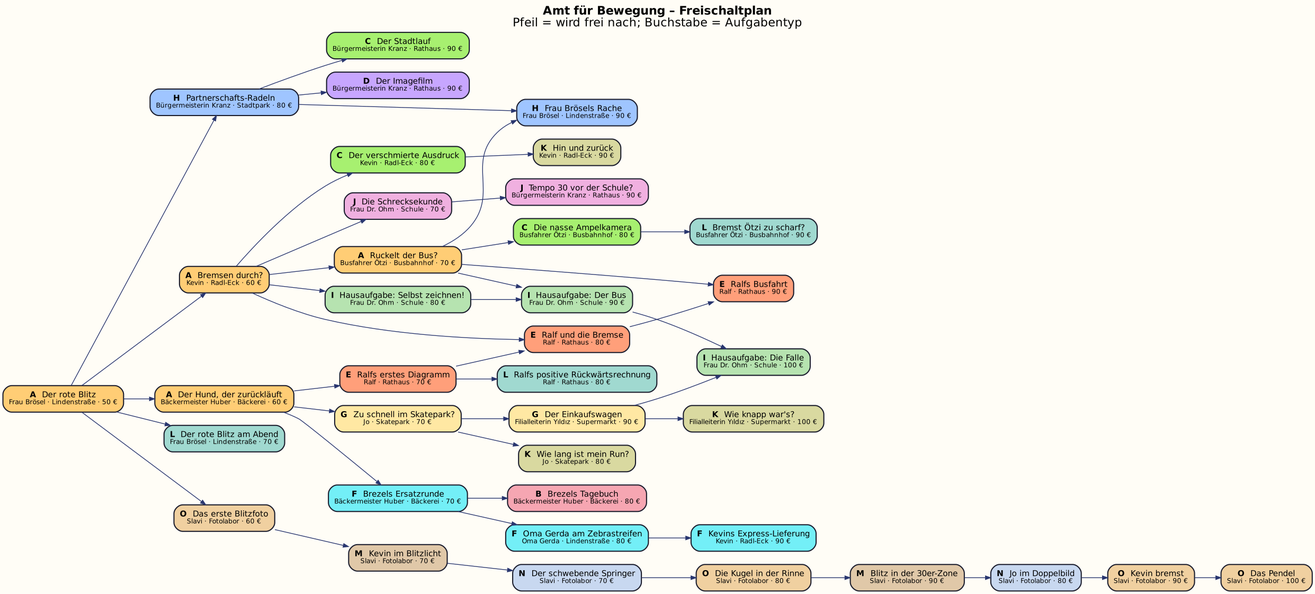
Before: docs/questplan.png, a diagram exported from Graphviz (MJMssnr/amt-fuer-bewegung). Its source is kept beside it as docs/questplan.dot.
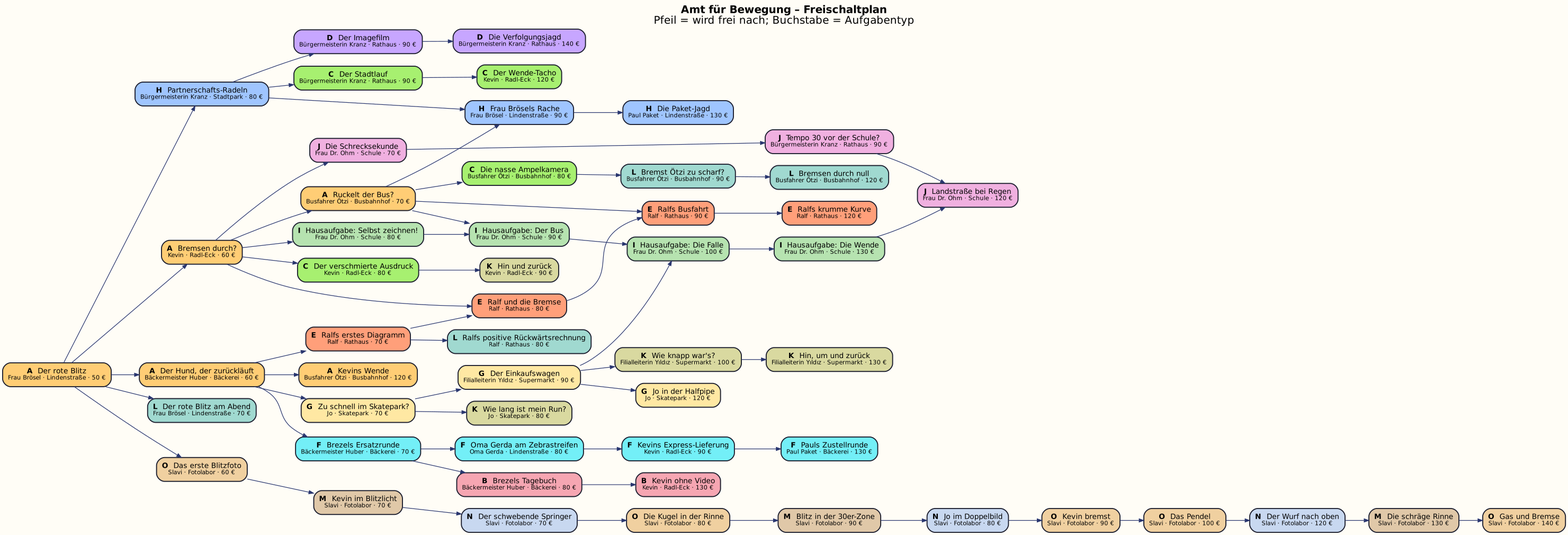
The same diagram one commit later.

Change to the diagram source:
```diff
@@ -41,6 +41,21 @@
   t36_strobo_jo [fillcolor="#c8d8f0" label=<<b>N</b>  Jo im Doppelbild<br/><font point-size="9">Slavi · Fotolabor · 80 €</font>>];
   t37_strobo_bremsen [fillcolor="#f0d0a0" label=<<b>O</b>  Kevin bremst<br/><font point-size="9">Slavi · Fotolabor · 90 €</font>>];
   t38_strobo_pendel [fillcolor="#f0d0a0" label=<<b>O</b>  Das Pendel<br/><font point-size="9">Slavi · Fotolabor · 100 €</font>>];
+  t39_schwer_zuordnen [fillcolor="#ffcd75" label=<<b>A</b>  Kevins Wende<br/><font point-size="9">Busfahrer Ötzi · Busbahnhof · 120 €</font>>];
+  t40_schwer_rechnen [fillcolor="#9fc5ff" label=<<b>H</b>  Die Paket-Jagd<br/><font point-size="9">Paul Paket · Lindenstraße · 130 €</font>>];
+  t41_schwer_beschreiben [fillcolor="#ffe8a3" label=<<b>G</b>  Jo in der Halfpipe<br/><font point-size="9">Jo · Skatepark · 120 €</font>>];
+  t42_schwer_achsen [fillcolor="#a7f070" label=<<b>C</b>  Der Wende-Tacho<br/><font point-size="9">Kevin · Radl-Eck · 120 €</font>>];
+  t43_schwer_fehlerjagd [fillcolor="#ff9f7a" label=<<b>E</b>  Ralfs krumme Kurve<br/><font point-size="9">Ralf · Rathaus · 120 €</font>>];
+  t44_schwer_live [fillcolor="#73eff7" label=<<b>F</b>  Pauls Zustellrunde<br/><font point-size="9">Paul Paket · Bäckerei · 130 €</font>>];
+  t45_schwer_konstrukteur [fillcolor="#b6e3b0" label=<<b>I</b>  Hausaufgabe: Die Wende<br/><font point-size="9">Frau Dr. Ohm · Schule · 130 €</font>>];
+  t46_schwer_reaktion [fillcolor="#f0b0e0" label=<<b>J</b>  Landstraße bei Regen<br/><font point-size="9">Frau Dr. Ohm · Schule · 120 €</font>>];
+  t47_schwer_freihand [fillcolor="#f6a6b2" label=<<b>B</b>  Kevin ohne Video<br/><font point-size="9">Kevin · Radl-Eck · 130 €</font>>];
+  t48_schwer_flaeche [fillcolor="#d9d9a0" label=<<b>K</b>  Hin, um und zurück<br/><font point-size="9">Filialleiterin Yıldız · Supermarkt · 130 €</font>>];
+  t49_schwer_steigung [fillcolor="#a0d9d0" label=<<b>L</b>  Bremsen durch null<br/><font point-size="9">Busfahrer Ötzi · Busbahnhof · 120 €</font>>];
+  t50_schwer_regie [fillcolor="#c7a6ff" label=<<b>D</b>  Die Verfolgungsjagd<br/><font point-size="9">Bürgermeisterin Kranz · Rathaus · 140 €</font>>];
+  t51_schwer_strobo_beschreiben [fillcolor="#c8d8f0" label=<<b>N</b>  Der Wurf nach oben<br/><font point-size="9">Slavi · Fotolabor · 120 €</font>>];
+  t52_schwer_strobo_rechnen [fillcolor="#e0c8a8" label=<<b>M</b>  Die schräge Rinne<br/><font point-size="9">Slavi · Fotolabor · 130 €</font>>];
+  t53_schwer_strobo_bauen [fillcolor="#f0d0a0" label=<<b>O</b>  Gas und Bremse<br/><font point-size="9">Slavi · Fotolabor · 140 €</font>>];
   t01_sportwagen -> t02_kevin;
   t02_kevin -> t03_bus;
   t01_sportwagen -> t04_brezel;
@@ -83,4 +98,20 @@
   t35_strobo_auto -> t36_strobo_jo;
   t36_strobo_jo -> t37_strobo_bremsen;
   t37_strobo_bremsen -> t38_strobo_pendel;
+  t04_brezel -> t39_schwer_zuordnen;
+  t06_broesel_ampel -> t40_schwer_rechnen;
+  t08_einkaufswagen -> t41_schwer_beschreiben;
+  t11_stadtlauf -> t42_schwer_achsen;
+  t14_ralf_bus -> t43_schwer_fehlerjagd;
+  t17_live_kevin -> t44_schwer_live;
+  t20_konstrukt_wagen -> t45_schwer_konstrukteur;
+  t22_reaktion_auto -> t46_schwer_reaktion;
+  t45_schwer_konstrukteur -> t46_schwer_reaktion;
+  t23_freihand_brezel -> t47_schwer_freihand;
+  t26_flaeche_wagen -> t48_schwer_flaeche;
+  t29_steigung_bus -> t49_schwer_steigung;
+  t30_regie_imagefilm -> t50_schwer_regie;
+  t38_strobo_pendel -> t51_schwer_strobo_beschreiben;
+  t51_schwer_strobo_beschreiben -> t52_schwer_strobo_rechnen;
+  t52_schwer_strobo_rechnen -> t53_schwer_strobo_bauen;
 }
```
